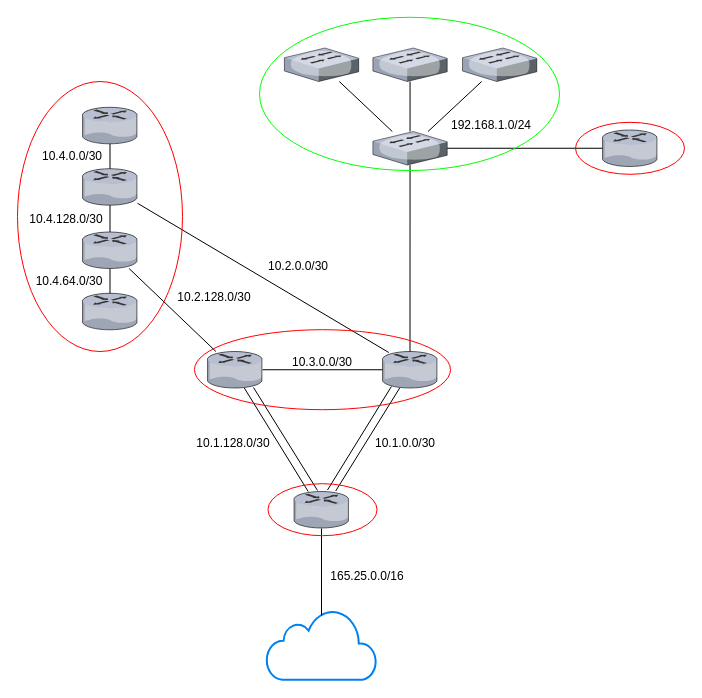
The draw.io diagram img/sketch.drawio in pieter2501/NetworkNarcotic, before the edit. Source tidied: cells renumbered, new cells numbered last; positions are measured from the earlier drawing's top-left corner, leaving out a move shared by most shapes. Both pictures are drawn from the tidied source at 100%, with x=0, y=0 at pixel (17, 17).
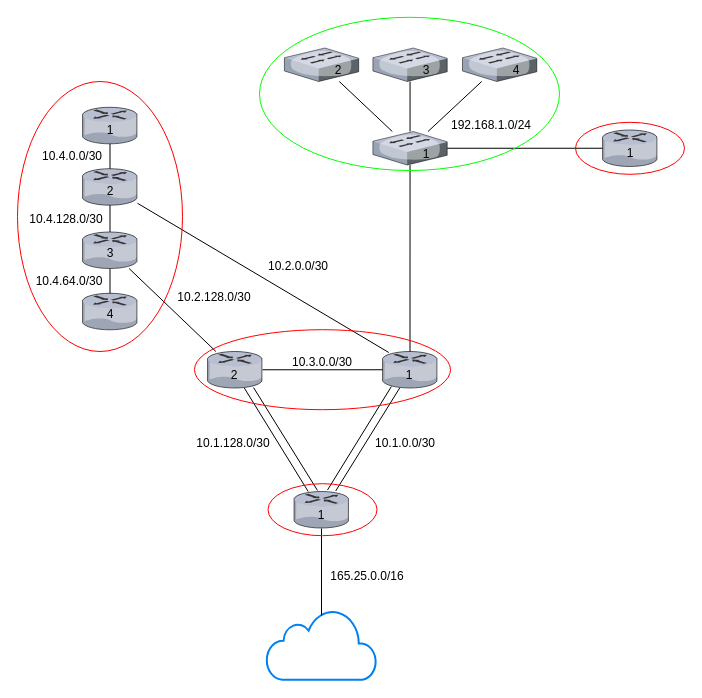
The same diagram, later.

What changed in the source:
```diff
@@
+    <mxCell id="45" value="1" style="text;html=1;strokeColor=none;fillColor=none;align=center;verticalAlign=middle;whiteSpace=wrap;rounded=0;" parent="1" vertex="1">
+      <mxGeometry x="274" y="483.2" width="60" height="30" as="geometry" />
+    </mxCell>
+    <mxCell id="46" value="1" style="text;html=1;strokeColor=none;fillColor=none;align=center;verticalAlign=middle;whiteSpace=wrap;rounded=0;" parent="1" vertex="1">
+      <mxGeometry x="362" y="342.5" width="60" height="30" as="geometry" />
+    </mxCell>
+    <mxCell id="47" value="1" style="text;html=1;strokeColor=none;fillColor=none;align=center;verticalAlign=middle;whiteSpace=wrap;rounded=0;" parent="1" vertex="1">
+      <mxGeometry x="63" y="98.2" width="60" height="30" as="geometry" />
+    </mxCell>
+    <mxCell id="48" value="1" style="text;html=1;strokeColor=none;fillColor=none;align=center;verticalAlign=middle;whiteSpace=wrap;rounded=0;" parent="1" vertex="1">
+      <mxGeometry x="379" y="121.8" width="60" height="30" as="geometry" />
+    </mxCell>
+    <mxCell id="49" value="1" style="text;html=1;strokeColor=none;fillColor=none;align=center;verticalAlign=middle;whiteSpace=wrap;rounded=0;" parent="1" vertex="1">
+      <mxGeometry x="583" y="121.2" width="60" height="30" as="geometry" />
+    </mxCell>
+    <mxCell id="50" value="2" style="text;html=1;strokeColor=none;fillColor=none;align=center;verticalAlign=middle;whiteSpace=wrap;rounded=0;" parent="1" vertex="1">
+      <mxGeometry x="63" y="158.8" width="60" height="30" as="geometry" />
+    </mxCell>
+    <mxCell id="51" value="2" style="text;html=1;strokeColor=none;fillColor=none;align=center;verticalAlign=middle;whiteSpace=wrap;rounded=0;" parent="1" vertex="1">
+      <mxGeometry x="187" y="342.5" width="60" height="30" as="geometry" />
+    </mxCell>
+    <mxCell id="52" value="2" style="text;html=1;strokeColor=none;fillColor=none;align=center;verticalAlign=middle;whiteSpace=wrap;rounded=0;" parent="1" vertex="1">
+      <mxGeometry x="291.4" y="38" width="60" height="30" as="geometry" />
+    </mxCell>
+    <mxCell id="53" value="3" style="text;html=1;strokeColor=none;fillColor=none;align=center;verticalAlign=middle;whiteSpace=wrap;rounded=0;" parent="1" vertex="1">
+      <mxGeometry x="62.5" y="220.8" width="60" height="30" as="geometry" />
+    </mxCell>
+    <mxCell id="54" value="3" style="text;html=1;strokeColor=none;fillColor=none;align=center;verticalAlign=middle;whiteSpace=wrap;rounded=0;" parent="1" vertex="1">
+      <mxGeometry x="379" y="38" width="60" height="30" as="geometry" />
+    </mxCell>
+    <mxCell id="55" value="4" style="text;html=1;strokeColor=none;fillColor=none;align=center;verticalAlign=middle;whiteSpace=wrap;rounded=0;" parent="1" vertex="1">
+      <mxGeometry x="62.5" y="282.2" width="60" height="30" as="geometry" />
+    </mxCell>
+    <mxCell id="56" value="4" style="text;html=1;strokeColor=none;fillColor=none;align=center;verticalAlign=middle;whiteSpace=wrap;rounded=0;" parent="1" vertex="1">
+      <mxGeometry x="469" y="38" width="60" height="30" as="geometry" />
+    </mxCell>
```
